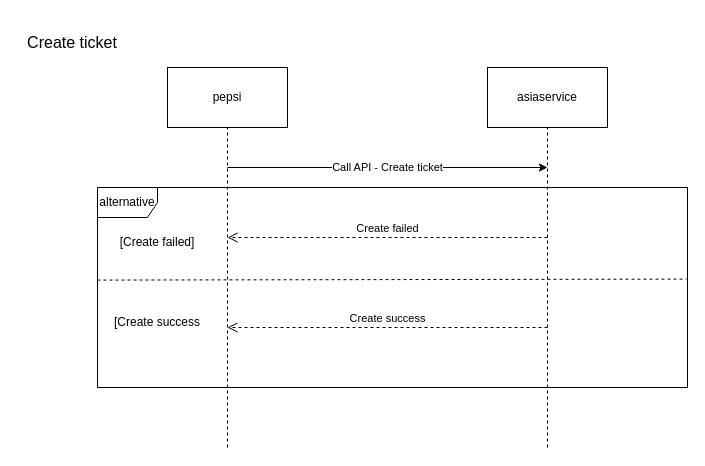
The draw.io diagram Biểu đồ không có tiêu đề.drawio in hoangvbm2808/SequenceDiagram, before the edit. Source tidied: cells renumbered, new cells numbered last; positions are measured from the earlier drawing's top-left corner, leaving out a move shared by most shapes. Both pictures are drawn from the tidied source at 100%, with x=0, y=0 at pixel (17, 17).
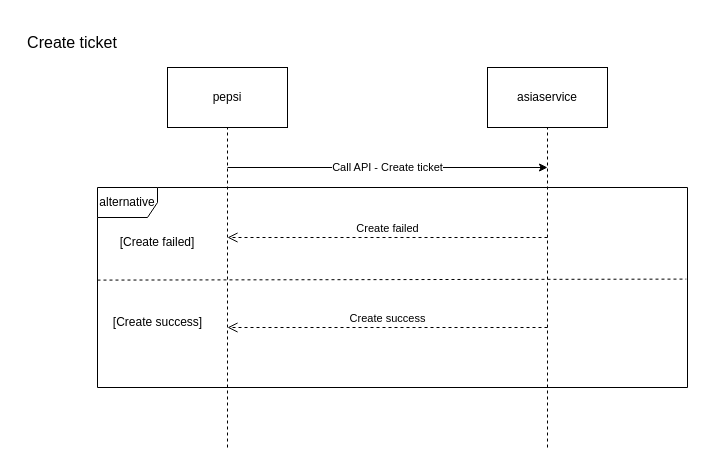
The same diagram, later.

What changed in the source:
```diff
@@
 <mxGraphModel>
   <root>
     <mxCell id="0" />
     <mxCell id="1" parent="0" />
     <mxCell id="2" value="asiaservice" style="rounded=0;whiteSpace=wrap;html=1;" parent="1" vertex="1">
       <mxGeometry x="470" y="50" width="120" height="60" as="geometry" />
     </mxCell>
     <mxCell id="3" value="pepsi" style="rounded=0;whiteSpace=wrap;html=1;" parent="1" vertex="1">
       <mxGeometry x="150" y="50" width="120" height="60" as="geometry" />
     </mxCell>
     <mxCell id="4" style="endArrow=none;dashed=1;html=1;rounded=0;entryX=0.5;entryY=1;entryDx=0;entryDy=0;" parent="1" edge="1" target="3">
       <mxGeometry relative="1" as="geometry">
         <mxPoint x="210" y="430" as="sourcePoint" />
       </mxGeometry>
     </mxCell>
     <mxCell id="5" value="Create ticket" style="text;strokeColor=none;align=center;fillColor=none;html=1;verticalAlign=middle;whiteSpace=wrap;rounded=0;fontSize=16;" parent="1" vertex="1">
       <mxGeometry width="110" height="50" as="geometry" />
     </mxCell>
     <mxCell id="6" style="endArrow=none;dashed=1;html=1;rounded=0;entryX=0.5;entryY=1;entryDx=0;entryDy=0;" parent="1" edge="1" target="2">
       <mxGeometry relative="1" as="geometry">
         <mxPoint x="530" y="430" as="sourcePoint" />
       </mxGeometry>
     </mxCell>
     <mxCell id="7" value="Call API - Create ticket" style="endArrow=classic;html=1;rounded=0;" parent="1" edge="1">
       <mxGeometry relative="1" as="geometry">
         <mxPoint x="210" y="150" as="sourcePoint" />
         <mxPoint x="530" y="150" as="targetPoint" />
       </mxGeometry>
     </mxCell>
     <mxCell id="8" value="alternative" style="shape=umlFrame;whiteSpace=wrap;html=1;" parent="1" vertex="1">
       <mxGeometry x="80" y="170" width="590" height="200" as="geometry" />
     </mxCell>
     <mxCell id="9" style="endArrow=none;dashed=1;html=1;rounded=0;exitX=0.002;exitY=0.508;exitDx=0;exitDy=0;exitPerimeter=0;entryX=0.998;entryY=0.458;entryDx=0;entryDy=0;entryPerimeter=0;" parent="1" edge="1" target="8">
       <mxGeometry relative="1" as="geometry">
         <mxPoint x="80" y="262.6" as="sourcePoint" />
       </mxGeometry>
     </mxCell>
     <mxCell id="10" value="[Create failed]" style="text;strokeColor=none;align=center;fillColor=none;html=1;verticalAlign=middle;whiteSpace=wrap;rounded=0;" parent="1" vertex="1">
       <mxGeometry x="100" y="210" width="80" height="30" as="geometry" />
     </mxCell>
     <mxCell id="11" value="Create failed" style="html=1;verticalAlign=bottom;endArrow=open;dashed=1;endSize=8;curved=0;rounded=0;" parent="1" edge="1">
       <mxGeometry relative="1" as="geometry">
         <mxPoint x="530" y="220" as="sourcePoint" />
         <mxPoint x="210" y="220" as="targetPoint" />
       </mxGeometry>
     </mxCell>
     <mxCell id="12" value="Create success" style="html=1;verticalAlign=bottom;endArrow=open;dashed=1;endSize=8;curved=0;rounded=0;" parent="1" edge="1">
       <mxGeometry relative="1" as="geometry">
         <mxPoint x="530" y="310" as="sourcePoint" />
         <mxPoint x="210" y="310" as="targetPoint" />
       </mxGeometry>
     </mxCell>
-    <mxCell id="13" value="[Create success" style="text;strokeColor=none;align=center;fillColor=none;html=1;verticalAlign=middle;whiteSpace=wrap;rounded=0;" parent="1" vertex="1">
-      <mxGeometry x="95" y="290" width="90" height="30" as="geometry" />
+    <mxCell id="13" value="[Create success]" style="text;strokeColor=none;align=center;fillColor=none;html=1;verticalAlign=middle;whiteSpace=wrap;rounded=0;" parent="1" vertex="1">
+      <mxGeometry x="92.5" y="290" width="95" height="30" as="geometry" />
     </mxCell>
   </root>
 </mxGraphModel>
```
